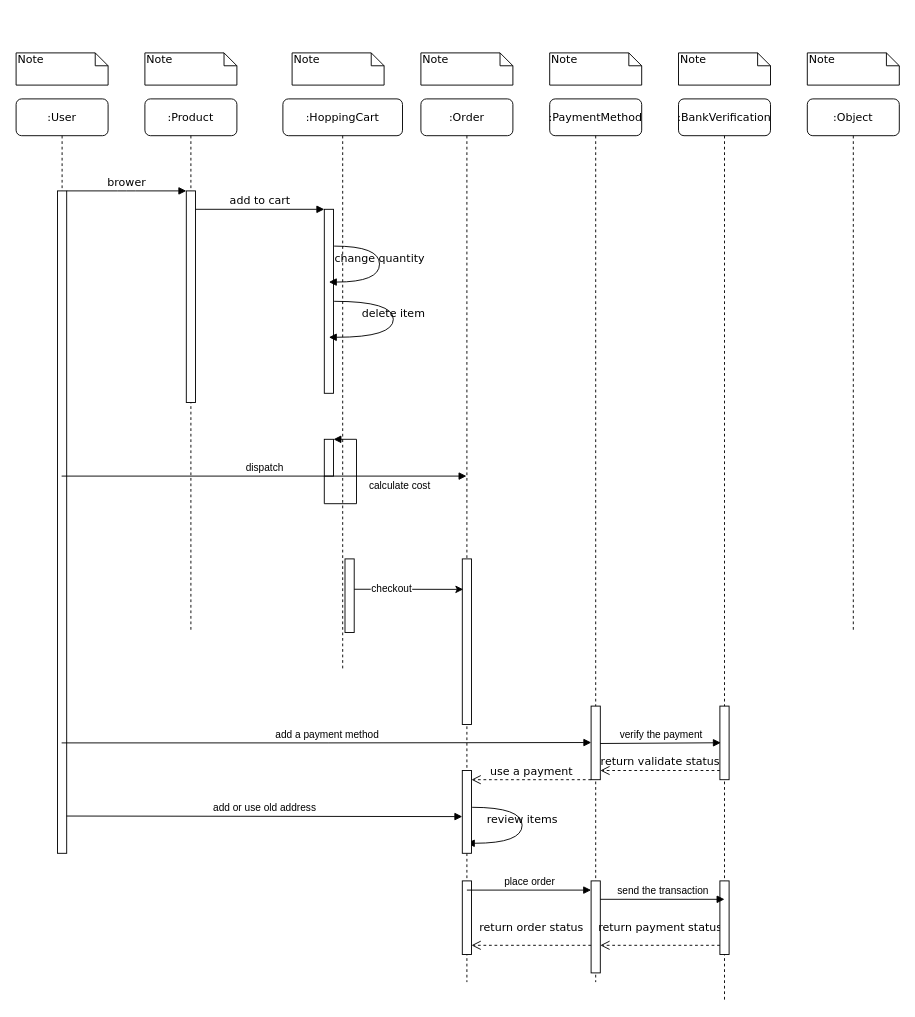
Earlier version of the draw.io diagram sequence_chart.drawio (bincute/iAmReadingBook). Source tidied: cells renumbered, new cells numbered last; positions are measured from the earlier drawing's top-left corner, leaving out a move shared by most shapes. Both pictures are drawn from the tidied source at 92%, with x=0, y=0 at pixel (16, 52).
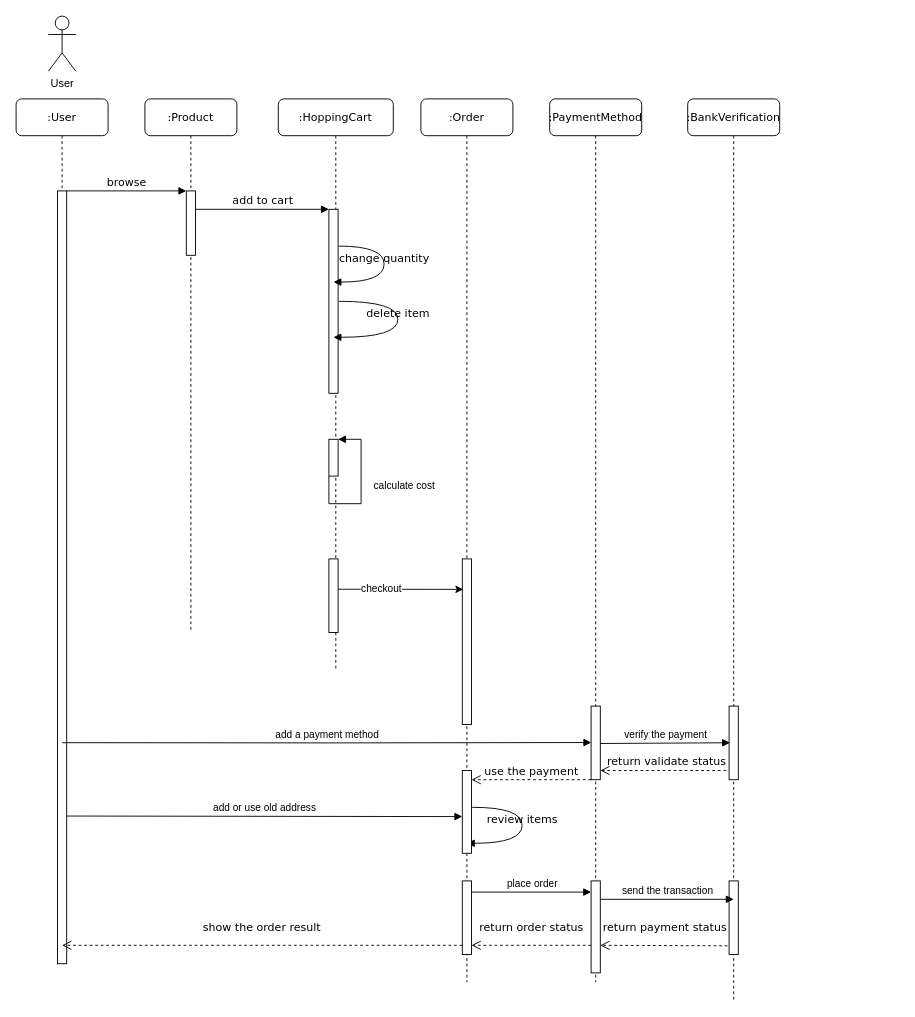
The same page after the edit.

Unchanged cells that the change refers to:
```xml
<mxCell id="2" value=":Product" style="shape=umlLifeline;perimeter=lifelinePerimeter;whiteSpace=wrap;html=1;rounded=1;shadow=0;comic=0;labelBackgroundColor=none;strokeWidth=1;fontFamily=Verdana;fontSize=12;align=center;" parent="1" vertex="1">
  <mxGeometry x="140" y="50" width="100" height="580" as="geometry" />
</mxCell>
<mxCell id="11" value=":Order" style="shape=umlLifeline;perimeter=lifelinePerimeter;whiteSpace=wrap;html=1;outlineConnect=0;rounded=1;shadow=0;comic=0;labelBackgroundColor=none;strokeWidth=1;fontFamily=Verdana;fontSize=12;align=center;" parent="1" vertex="1">
  <mxGeometry x="440" y="50" width="100" height="960" as="geometry" />
</mxCell>
<mxCell id="13" style="html=1;points=[];perimeter=orthogonalPerimeter;" parent="11" vertex="1">
  <mxGeometry x="45" y="850" width="10" height="80" as="geometry" />
</mxCell>
<mxCell id="14" value=":PaymentMethod" style="shape=umlLifeline;perimeter=lifelinePerimeter;whiteSpace=wrap;html=1;rounded=1;shadow=0;comic=0;labelBackgroundColor=none;strokeWidth=1;fontFamily=Verdana;fontSize=12;align=center;" parent="1" vertex="1">
  <mxGeometry x="580" y="50" width="100" height="960" as="geometry" />
</mxCell>
<mxCell id="15" style="html=1;points=[];perimeter=orthogonalPerimeter;" parent="14" vertex="1">
  <mxGeometry x="45" y="850" width="10" height="100" as="geometry" />
</mxCell>
<mxCell id="16" style="html=1;points=[];perimeter=orthogonalPerimeter;" parent="14" vertex="1">
  <mxGeometry x="45" y="660" width="10" height="80" as="geometry" />
</mxCell>
<mxCell id="20" style="html=1;points=[];perimeter=orthogonalPerimeter;" parent="19" vertex="1">
  <mxGeometry x="45" y="660" width="10" height="80" as="geometry" />
</mxCell>
<mxCell id="21" style="html=1;points=[];perimeter=orthogonalPerimeter;" parent="19" vertex="1">
  <mxGeometry x="45" y="850" width="10" height="80" as="geometry" />
</mxCell>
```

Change to the diagram source:
```diff
@@
     <mxCell id="3" style="html=1;points=[];perimeter=orthogonalPerimeter;rounded=0;shadow=0;comic=0;labelBackgroundColor=none;strokeWidth=1;fontFamily=Verdana;fontSize=12;align=center;" parent="2" vertex="1">
-      <mxGeometry x="45" y="100" width="10" height="230" as="geometry" />
+      <mxGeometry x="45" y="100" width="10" height="70" as="geometry" />
     </mxCell>
     <mxCell id="4" value=":HoppingCart&lt;br&gt;" style="shape=umlLifeline;perimeter=lifelinePerimeter;whiteSpace=wrap;html=1;rounded=1;shadow=0;comic=0;labelBackgroundColor=none;strokeWidth=1;fontFamily=Verdana;fontSize=12;align=center;" parent="1" vertex="1">
-      <mxGeometry x="290" y="50" width="130" height="620" as="geometry" />
+      <mxGeometry x="285" y="50" width="125" height="620" as="geometry" />
     </mxCell>
     <mxCell id="5" style="html=1;points=[];perimeter=orthogonalPerimeter;rounded=0;shadow=0;comic=0;labelBackgroundColor=none;strokeWidth=1;fontFamily=Verdana;fontSize=12;align=center;" parent="4" vertex="1">
-      <mxGeometry x="45" y="120" width="10" height="200" as="geometry" />
+      <mxGeometry x="55" y="120" width="10" height="200" as="geometry" />
     </mxCell>
     <mxCell id="6" style="html=1;points=[];perimeter=orthogonalPerimeter;" parent="4" vertex="1">
-      <mxGeometry x="45" y="370" width="10" height="40" as="geometry" />
+      <mxGeometry x="55" y="370" width="10" height="40" as="geometry" />
     </mxCell>
     <mxCell id="7" value="calculate cost" style="edgeStyle=orthogonalEdgeStyle;html=1;align=left;spacingLeft=2;endArrow=block;rounded=0;" parent="4" edge="1" source="6" target="6">
       <mxGeometry x="0.06" y="-10" relative="1" as="geometry">
         <Array as="points">
-          <mxPoint x="45" y="440" />
-          <mxPoint x="80" y="440" />
-          <mxPoint x="80" y="370" />
+          <mxPoint x="55" y="440" />
+          <mxPoint x="90" y="440" />
+          <mxPoint x="90" y="370" />
         </Array>
       </mxGeometry>
     </mxCell>
     <mxCell id="8" value="delete item" style="html=1;verticalAlign=bottom;endArrow=block;labelBackgroundColor=none;fontFamily=Verdana;fontSize=12;elbow=vertical;edgeStyle=orthogonalEdgeStyle;curved=1;exitX=1.066;exitY=0.713;exitPerimeter=0;" parent="4" edge="1">
       <mxGeometry relative="1" as="geometry">
-        <mxPoint x="55.7" y="220" as="sourcePoint" />
-        <mxPoint x="50" y="259.1" as="targetPoint" />
+        <mxPoint x="65.7" y="220" as="sourcePoint" />
+        <mxPoint x="60" y="259.1" as="targetPoint" />
         <Array as="points">
-          <mxPoint x="120" y="220" />
-          <mxPoint x="120" y="259" />
+          <mxPoint x="130" y="220" />
+          <mxPoint x="130" y="259" />
         </Array>
       </mxGeometry>
     </mxCell>
     <mxCell id="9" value="change quantity" style="html=1;verticalAlign=bottom;endArrow=block;labelBackgroundColor=none;fontFamily=Verdana;fontSize=12;elbow=vertical;edgeStyle=orthogonalEdgeStyle;curved=1;exitX=1.066;exitY=0.713;exitPerimeter=0;" parent="4" edge="1">
       <mxGeometry relative="1" as="geometry">
-        <mxPoint x="55.7" y="160" as="sourcePoint" />
-        <mxPoint x="50" y="199.1" as="targetPoint" />
+        <mxPoint x="65.7" y="160" as="sourcePoint" />
+        <mxPoint x="60" y="199.1" as="targetPoint" />
         <Array as="points">
-          <mxPoint x="105" y="160.1" />
-          <mxPoint x="105" y="199.1" />
+          <mxPoint x="115" y="160.1" />
+          <mxPoint x="115" y="199.1" />
         </Array>
       </mxGeometry>
     </mxCell>
     <mxCell id="10" style="html=1;points=[];perimeter=orthogonalPerimeter;" parent="4" vertex="1">
-      <mxGeometry x="67.5" y="500" width="10" height="80" as="geometry" />
+      <mxGeometry x="55" y="500" width="10" height="80" as="geometry" />
     </mxCell>
@@
-    <mxCell id="17" value="return validate status" style="html=1;verticalAlign=bottom;endArrow=open;dashed=1;endSize=8;labelBackgroundColor=none;fontFamily=Verdana;fontSize=12;edgeStyle=elbowEdgeStyle;elbow=vertical;" parent="14" edge="1">
+    <mxCell id="17" value="return validate status" style="html=1;verticalAlign=bottom;endArrow=open;dashed=1;endSize=8;labelBackgroundColor=none;fontFamily=Verdana;fontSize=12;edgeStyle=elbowEdgeStyle;elbow=vertical;exitX=0.14;exitY=0.847;exitDx=0;exitDy=0;exitPerimeter=0;" parent="14" edge="1" source="20">
       <mxGeometry relative="1" as="geometry">
-        <mxPoint x="185" y="730" as="sourcePoint" />
         <mxPoint x="55" y="730" as="targetPoint" />
         <Array as="points">
           <mxPoint x="130" y="730" />
           <mxPoint x="160" y="730" />
         </Array>
       </mxGeometry>
     </mxCell>
-    <mxCell id="18" value="return payment status" style="html=1;verticalAlign=bottom;endArrow=open;dashed=1;endSize=8;labelBackgroundColor=none;fontFamily=Verdana;fontSize=12;edgeStyle=elbowEdgeStyle;elbow=vertical;" parent="14" edge="1">
+    <mxCell id="18" value="return payment status" style="html=1;verticalAlign=bottom;endArrow=open;dashed=1;endSize=8;labelBackgroundColor=none;fontFamily=Verdana;fontSize=12;edgeStyle=elbowEdgeStyle;elbow=vertical;exitX=-0.18;exitY=0.882;exitDx=0;exitDy=0;exitPerimeter=0;" parent="14" edge="1" source="21">
       <mxGeometry y="-10" relative="1" as="geometry">
-        <mxPoint x="185" y="920" as="sourcePoint" />
         <mxPoint x="55" y="920" as="targetPoint" />
         <Array as="points">
           <mxPoint x="130" y="920" />
           <mxPoint x="160" y="920" />
         </Array>
       </mxGeometry>
     </mxCell>
     <mxCell id="19" value=":BankVerification" style="shape=umlLifeline;perimeter=lifelinePerimeter;whiteSpace=wrap;html=1;rounded=1;shadow=0;comic=0;labelBackgroundColor=none;strokeWidth=1;fontFamily=Verdana;fontSize=12;align=center;" parent="1" vertex="1">
-      <mxGeometry x="720" y="50" width="100" height="980" as="geometry" />
+      <mxGeometry x="730" y="50" width="100" height="980" as="geometry" />
     </mxCell>
@@
-    <mxCell id="22" value=":Object" style="shape=umlLifeline;perimeter=lifelinePerimeter;whiteSpace=wrap;html=1;rounded=1;shadow=0;comic=0;labelBackgroundColor=none;strokeWidth=1;fontFamily=Verdana;fontSize=12;align=center;" parent="1" vertex="1">
-      <mxGeometry x="860" y="50" width="100" height="580" as="geometry" />
-    </mxCell>
     <mxCell id="23" value=":User" style="shape=umlLifeline;perimeter=lifelinePerimeter;whiteSpace=wrap;html=1;outlineConnect=0;rounded=1;shadow=0;comic=0;labelBackgroundColor=none;strokeWidth=1;fontFamily=Verdana;fontSize=12;align=center;" parent="1" vertex="1">
-      <mxGeometry y="50" width="100" height="820" as="geometry" />
+      <mxGeometry y="50" width="100" height="940" as="geometry" />
     </mxCell>
     <mxCell id="24" style="html=1;points=[];perimeter=orthogonalPerimeter;rounded=0;shadow=0;comic=0;labelBackgroundColor=none;strokeWidth=1;fontFamily=Verdana;fontSize=12;align=center;" parent="23" vertex="1">
-      <mxGeometry x="45" y="100" width="10" height="720" as="geometry" />
+      <mxGeometry x="45" y="100" width="10" height="840" as="geometry" />
     </mxCell>
@@
-    <mxCell id="26" value="brower" style="html=1;verticalAlign=bottom;endArrow=block;entryX=0;entryY=0;labelBackgroundColor=none;fontFamily=Verdana;fontSize=12;edgeStyle=elbowEdgeStyle;elbow=vertical;" parent="1" edge="1" source="24" target="3">
+    <mxCell id="26" value="browse" style="html=1;verticalAlign=bottom;endArrow=block;entryX=0;entryY=0;labelBackgroundColor=none;fontFamily=Verdana;fontSize=12;edgeStyle=elbowEdgeStyle;elbow=vertical;" parent="1" edge="1" source="24" target="3">
       <mxGeometry relative="1" as="geometry" />
     </mxCell>
@@
-    <mxCell id="28" value="Note" style="shape=note;whiteSpace=wrap;html=1;size=14;verticalAlign=top;align=left;spacingTop=-6;rounded=0;shadow=0;comic=0;labelBackgroundColor=none;strokeWidth=1;fontFamily=Verdana;fontSize=12;" parent="1" vertex="1">
-      <mxGeometry width="100" height="35" as="geometry" />
-    </mxCell>
-    <mxCell id="29" value="Note" style="shape=note;whiteSpace=wrap;html=1;size=14;verticalAlign=top;align=left;spacingTop=-6;rounded=0;shadow=0;comic=0;labelBackgroundColor=none;strokeWidth=1;fontFamily=Verdana;fontSize=12;" parent="1" vertex="1">
-      <mxGeometry x="140" width="100" height="35" as="geometry" />
-    </mxCell>
-    <mxCell id="30" value="Note" style="shape=note;whiteSpace=wrap;html=1;size=14;verticalAlign=top;align=left;spacingTop=-6;rounded=0;shadow=0;comic=0;labelBackgroundColor=none;strokeWidth=1;fontFamily=Verdana;fontSize=12;" parent="1" vertex="1">
-      <mxGeometry x="300" width="100" height="35" as="geometry" />
-    </mxCell>
-    <mxCell id="31" value="Note" style="shape=note;whiteSpace=wrap;html=1;size=14;verticalAlign=top;align=left;spacingTop=-6;rounded=0;shadow=0;comic=0;labelBackgroundColor=none;strokeWidth=1;fontFamily=Verdana;fontSize=12;" parent="1" vertex="1">
-      <mxGeometry x="440" width="100" height="35" as="geometry" />
-    </mxCell>
-    <mxCell id="32" value="Note" style="shape=note;whiteSpace=wrap;html=1;size=14;verticalAlign=top;align=left;spacingTop=-6;rounded=0;shadow=0;comic=0;labelBackgroundColor=none;strokeWidth=1;fontFamily=Verdana;fontSize=12;" parent="1" vertex="1">
-      <mxGeometry x="580" width="100" height="35" as="geometry" />
-    </mxCell>
-    <mxCell id="33" value="Note" style="shape=note;whiteSpace=wrap;html=1;size=14;verticalAlign=top;align=left;spacingTop=-6;rounded=0;shadow=0;comic=0;labelBackgroundColor=none;strokeWidth=1;fontFamily=Verdana;fontSize=12;" parent="1" vertex="1">
-      <mxGeometry x="720" width="100" height="35" as="geometry" />
-    </mxCell>
-    <mxCell id="34" value="Note" style="shape=note;whiteSpace=wrap;html=1;size=14;verticalAlign=top;align=left;spacingTop=-6;rounded=0;shadow=0;comic=0;labelBackgroundColor=none;strokeWidth=1;fontFamily=Verdana;fontSize=12;" parent="1" vertex="1">
-      <mxGeometry x="860" width="100" height="35" as="geometry" />
-    </mxCell>
@@
-    <mxCell id="38" value="dispatch" style="html=1;verticalAlign=bottom;endArrow=block;rounded=0;" parent="1" edge="1" source="23" target="11">
-      <mxGeometry relative="1" as="geometry" />
-    </mxCell>
-    <mxCell id="39" value="add a payment method" style="html=1;verticalAlign=bottom;endArrow=block;rounded=0;entryX=0.02;entryY=0.495;entryDx=0;entryDy=0;entryPerimeter=0;" parent="1" edge="1" source="23" target="16">
+    <mxCell id="39" value="add a payment method" style="html=1;verticalAlign=bottom;endArrow=block;rounded=0;entryX=0.02;entryY=0.495;entryDx=0;entryDy=0;entryPerimeter=0;exitX=0.5;exitY=0.714;exitDx=0;exitDy=0;exitPerimeter=0;" parent="1" edge="1" source="24" target="16">
       <mxGeometry relative="1" as="geometry">
         <Array as="points">
           <mxPoint x="340" y="750" />
         </Array>
       </mxGeometry>
     </mxCell>
@@
-    <mxCell id="41" value="place order" style="html=1;verticalAlign=bottom;endArrow=block;rounded=0;exitX=0.5;exitY=0.125;exitDx=0;exitDy=0;exitPerimeter=0;" parent="1" edge="1" source="13" target="15">
+    <mxCell id="41" value="place order" style="html=1;verticalAlign=bottom;endArrow=block;rounded=0;exitX=1.06;exitY=0.152;exitDx=0;exitDy=0;exitPerimeter=0;" parent="1" edge="1" source="13" target="15">
       <mxGeometry relative="1" as="geometry" />
     </mxCell>
-    <mxCell id="42" value="use a payment" style="html=1;verticalAlign=bottom;endArrow=open;dashed=1;endSize=8;labelBackgroundColor=none;fontFamily=Verdana;fontSize=12;edgeStyle=elbowEdgeStyle;elbow=vertical;" parent="1" edge="1">
+    <mxCell id="42" value="use the payment" style="html=1;verticalAlign=bottom;endArrow=open;dashed=1;endSize=8;labelBackgroundColor=none;fontFamily=Verdana;fontSize=12;edgeStyle=elbowEdgeStyle;elbow=vertical;" parent="1" edge="1">
       <mxGeometry relative="1" as="geometry">
         <mxPoint x="625" y="790" as="sourcePoint" />
         <mxPoint x="495" y="790" as="targetPoint" />
         <Array as="points">
           <mxPoint x="570" y="790" />
           <mxPoint x="600" y="790" />
         </Array>
       </mxGeometry>
     </mxCell>
@@
+    <mxCell id="46" value="show the order result" style="html=1;verticalAlign=bottom;endArrow=open;dashed=1;endSize=8;labelBackgroundColor=none;fontFamily=Verdana;fontSize=12;edgeStyle=elbowEdgeStyle;elbow=vertical;entryX=0.5;entryY=0.976;entryDx=0;entryDy=0;entryPerimeter=0;" parent="1" edge="1" target="24">
+      <mxGeometry y="-10" relative="1" as="geometry">
+        <mxPoint x="485" y="970" as="sourcePoint" />
+        <Array as="points">
+          <mxPoint x="460" y="970" />
+        </Array>
+      </mxGeometry>
+    </mxCell>
+    <mxCell id="47" value="User" style="shape=umlActor;verticalLabelPosition=bottom;verticalAlign=top;html=1;" parent="1" vertex="1">
+      <mxGeometry x="35" y="-40" width="30" height="60" as="geometry" />
+    </mxCell>
```
